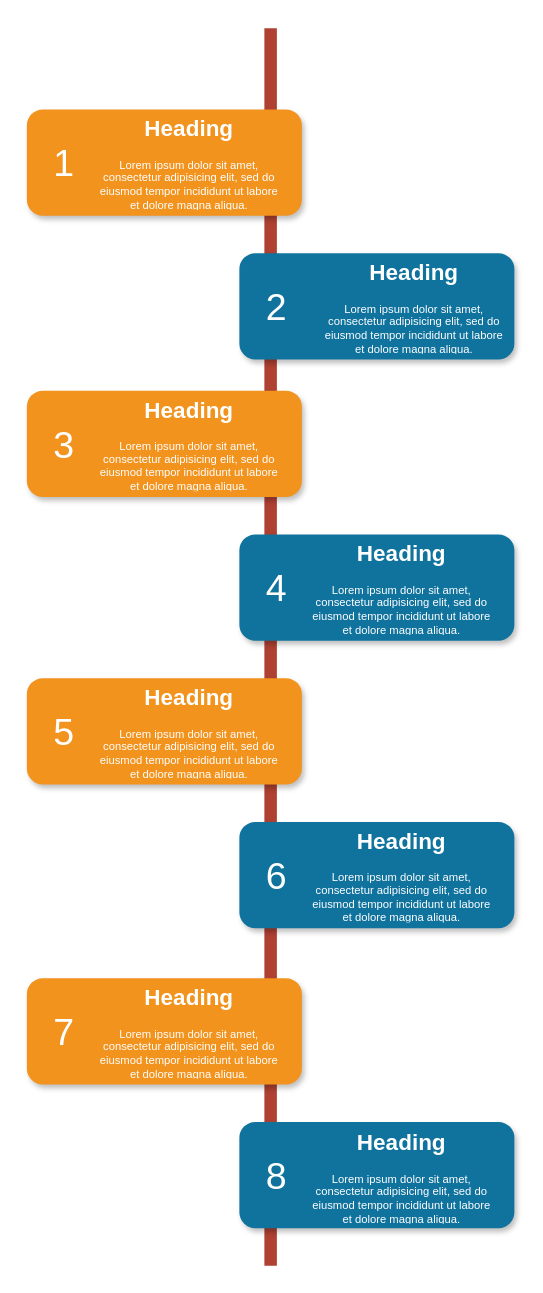
Earlier version of the draw.io diagram block1/Untitled Diagram.drawio (Amin-Debabeche/advanced_comput). Source tidied: cells renumbered, new cells numbered last; positions are measured from the earlier drawing's top-left corner, leaving out a move shared by most shapes. Both pictures are drawn from the tidied source at 125%, with x=0, y=0 at pixel (26, 28).
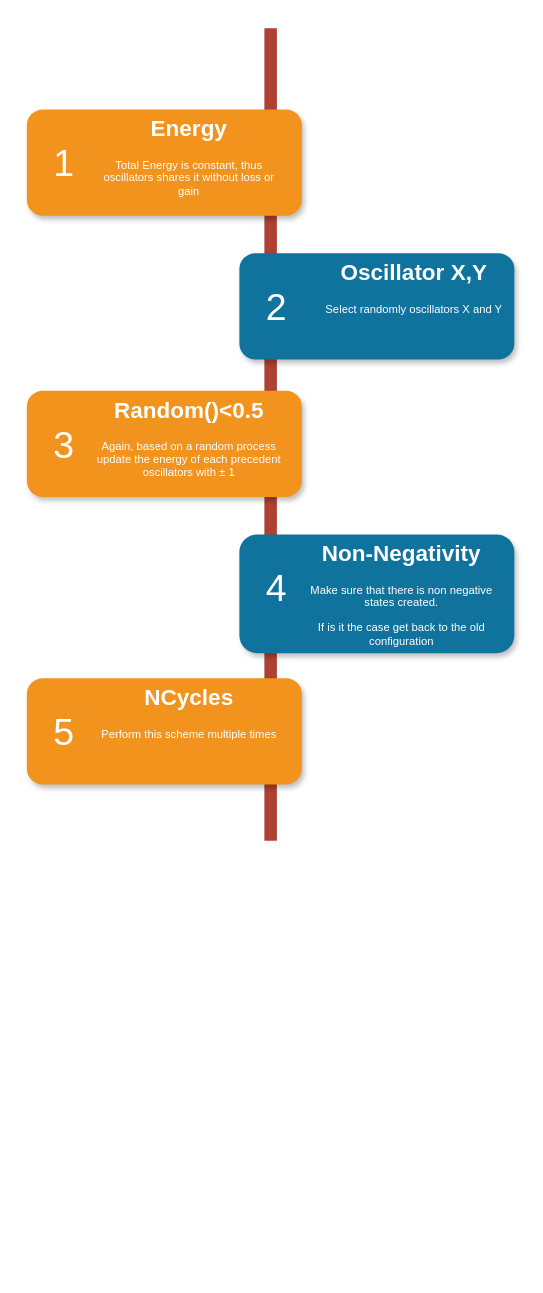
The same page after the edit.

Diff of the diagram source:
```diff
@@
     <mxCell id="2" style="line;strokeWidth=10;direction=south;html=1;fillColor=none;fontSize=13;fontColor=#000000;align=center;strokeColor=#AE4132;" parent="1" vertex="1">
-      <mxGeometry x="190" width="10" height="990" as="geometry" />
+      <mxGeometry x="190" width="10" height="650" as="geometry" />
     </mxCell>
@@
     <mxCell id="9" style="rounded=1;whiteSpace=wrap;html=1;strokeColor=none;strokeWidth=1;fillColor=#10739E;fontSize=13;fontColor=#FFFFFF;align=center;gradientColor=none;gradientDirection=east;verticalAlign=top;shadow=1;" parent="1" vertex="1">
-      <mxGeometry x="170" y="405" width="220" height="85" as="geometry" />
+      <mxGeometry x="170" y="405" width="220" height="95" as="geometry" />
     </mxCell>
@@
-    <mxCell id="13" style="rounded=1;whiteSpace=wrap;html=1;strokeColor=none;strokeWidth=1;fillColor=#10739E;fontSize=13;fontColor=#FFFFFF;align=center;gradientColor=none;gradientDirection=east;verticalAlign=top;shadow=1;" parent="1" vertex="1">
-      <mxGeometry x="170" y="635" width="220" height="85" as="geometry" />
-    </mxCell>
-    <mxCell id="14" value="6" style="text;html=1;strokeColor=none;fillColor=none;align=center;verticalAlign=middle;whiteSpace=wrap;fontSize=30;fontColor=#FFFFFF;" parent="1" vertex="1">
-      <mxGeometry x="180" y="668" width="40" height="20" as="geometry" />
-    </mxCell>
-    <mxCell id="15" style="rounded=1;whiteSpace=wrap;html=1;strokeColor=none;strokeWidth=1;fillColor=#F2931E;fontSize=13;fontColor=#FFFFFF;align=center;gradientColor=none;gradientDirection=east;verticalAlign=top;shadow=1;" parent="1" vertex="1">
-      <mxGeometry y="760" width="220" height="85" as="geometry" />
-    </mxCell>
-    <mxCell id="16" value="7" style="text;html=1;strokeColor=none;fillColor=none;align=center;verticalAlign=middle;whiteSpace=wrap;fontSize=30;fontColor=#FFFFFF;" parent="1" vertex="1">
-      <mxGeometry x="10" y="793" width="40" height="20" as="geometry" />
-    </mxCell>
-    <mxCell id="17" style="rounded=1;whiteSpace=wrap;html=1;strokeColor=none;strokeWidth=1;fillColor=#10739E;fontSize=13;fontColor=#FFFFFF;align=center;gradientColor=none;gradientDirection=east;verticalAlign=top;shadow=1;" parent="1" vertex="1">
-      <mxGeometry x="170" y="875" width="220" height="85" as="geometry" />
-    </mxCell>
-    <mxCell id="18" value="8" style="text;html=1;strokeColor=none;fillColor=none;align=center;verticalAlign=middle;whiteSpace=wrap;fontSize=30;fontColor=#FFFFFF;" parent="1" vertex="1">
-      <mxGeometry x="180" y="908" width="40" height="20" as="geometry" />
-    </mxCell>
-    <mxCell id="19" value="&lt;h1&gt;Heading&lt;/h1&gt;&lt;p&gt;Lorem ipsum dolor sit amet, consectetur adipisicing elit, sed do eiusmod tempor incididunt ut labore et dolore magna aliqua.&lt;/p&gt;" style="text;html=1;spacing=5;spacingTop=-20;whiteSpace=wrap;overflow=hidden;strokeColor=none;strokeWidth=4;fillColor=none;gradientColor=#007FFF;fontSize=9;fontColor=#FFFFFF;align=center;" parent="1" vertex="1">
+    <mxCell id="19" value="&lt;h1&gt;Energy&lt;br&gt;&lt;/h1&gt;&lt;p&gt;Total Energy is constant, thus oscillators shares it without loss or gain&lt;br&gt;&lt;/p&gt;" style="text;html=1;spacing=5;spacingTop=-20;whiteSpace=wrap;overflow=hidden;strokeColor=none;strokeWidth=4;fillColor=none;gradientColor=#007FFF;fontSize=9;fontColor=#FFFFFF;align=center;" parent="1" vertex="1">
       <mxGeometry x="50" y="69" width="160" height="77" as="geometry" />
     </mxCell>
-    <mxCell id="20" value="&lt;h1&gt;Heading&lt;/h1&gt;&lt;p&gt;Lorem ipsum dolor sit amet, consectetur adipisicing elit, sed do eiusmod tempor incididunt ut labore et dolore magna aliqua.&lt;/p&gt;" style="text;html=1;spacing=5;spacingTop=-20;whiteSpace=wrap;overflow=hidden;strokeColor=none;strokeWidth=4;fillColor=none;gradientColor=#007FFF;fontSize=9;fontColor=#FFFFFF;align=center;" parent="1" vertex="1">
+    <mxCell id="20" value="&lt;h1&gt;Oscillator X,Y&lt;br&gt;&lt;/h1&gt;&lt;p&gt;Select randomly oscillators X and Y &lt;br&gt;&lt;/p&gt;" style="text;html=1;spacing=5;spacingTop=-20;whiteSpace=wrap;overflow=hidden;strokeColor=none;strokeWidth=4;fillColor=none;gradientColor=#007FFF;fontSize=9;fontColor=#FFFFFF;align=center;" parent="1" vertex="1">
       <mxGeometry x="230" y="184" width="160" height="77" as="geometry" />
     </mxCell>
-    <mxCell id="21" value="&lt;h1&gt;Heading&lt;/h1&gt;&lt;p&gt;Lorem ipsum dolor sit amet, consectetur adipisicing elit, sed do eiusmod tempor incididunt ut labore et dolore magna aliqua.&lt;/p&gt;" style="text;html=1;spacing=5;spacingTop=-20;whiteSpace=wrap;overflow=hidden;strokeColor=none;strokeWidth=4;fillColor=none;gradientColor=#007FFF;fontSize=9;fontColor=#FFFFFF;align=center;" parent="1" vertex="1">
+    <mxCell id="21" value="&lt;h1&gt;Random()&amp;lt;0.5&lt;br&gt;&lt;/h1&gt;&lt;p&gt;Again, based on a random process update the energy of each precedent oscillators with &lt;span&gt;± 1&lt;br&gt;&lt;/span&gt;&lt;/p&gt;" style="text;html=1;spacing=5;spacingTop=-20;whiteSpace=wrap;overflow=hidden;strokeColor=none;strokeWidth=4;fillColor=none;gradientColor=#007FFF;fontSize=9;fontColor=#FFFFFF;align=center;" parent="1" vertex="1">
       <mxGeometry x="50" y="294" width="160" height="77" as="geometry" />
     </mxCell>
-    <mxCell id="22" value="&lt;h1&gt;Heading&lt;/h1&gt;&lt;p&gt;Lorem ipsum dolor sit amet, consectetur adipisicing elit, sed do eiusmod tempor incididunt ut labore et dolore magna aliqua.&lt;/p&gt;" style="text;html=1;spacing=5;spacingTop=-20;whiteSpace=wrap;overflow=hidden;strokeColor=none;strokeWidth=4;fillColor=none;gradientColor=#007FFF;fontSize=9;fontColor=#FFFFFF;align=center;" parent="1" vertex="1">
-      <mxGeometry x="220" y="409" width="160" height="77" as="geometry" />
+    <mxCell id="22" value="&lt;h1&gt;Non-Negativity&lt;/h1&gt;&lt;p&gt;Make sure that there is non negative states created.&lt;/p&gt;&lt;p&gt;If is it the case get back to the old configuration&lt;br&gt;&lt;/p&gt;" style="text;html=1;spacing=5;spacingTop=-20;whiteSpace=wrap;overflow=hidden;strokeColor=none;strokeWidth=4;fillColor=none;gradientColor=#007FFF;fontSize=9;fontColor=#FFFFFF;align=center;" parent="1" vertex="1">
+      <mxGeometry x="220" y="409" width="160" height="91" as="geometry" />
     </mxCell>
-    <mxCell id="23" value="&lt;h1&gt;Heading&lt;/h1&gt;&lt;p&gt;Lorem ipsum dolor sit amet, consectetur adipisicing elit, sed do eiusmod tempor incididunt ut labore et dolore magna aliqua.&lt;/p&gt;" style="text;html=1;spacing=5;spacingTop=-20;whiteSpace=wrap;overflow=hidden;strokeColor=none;strokeWidth=4;fillColor=none;gradientColor=#007FFF;fontSize=9;fontColor=#FFFFFF;align=center;" parent="1" vertex="1">
+    <mxCell id="23" value="&lt;h1&gt;NCycles&lt;/h1&gt;&lt;p&gt;Perform this scheme multiple times&lt;br&gt;&lt;/p&gt;" style="text;html=1;spacing=5;spacingTop=-20;whiteSpace=wrap;overflow=hidden;strokeColor=none;strokeWidth=4;fillColor=none;gradientColor=#007FFF;fontSize=9;fontColor=#FFFFFF;align=center;" parent="1" vertex="1">
       <mxGeometry x="50" y="524" width="160" height="77" as="geometry" />
     </mxCell>
-    <mxCell id="24" value="&lt;h1&gt;Heading&lt;/h1&gt;&lt;p&gt;Lorem ipsum dolor sit amet, consectetur adipisicing elit, sed do eiusmod tempor incididunt ut labore et dolore magna aliqua.&lt;/p&gt;" style="text;html=1;spacing=5;spacingTop=-20;whiteSpace=wrap;overflow=hidden;strokeColor=none;strokeWidth=4;fillColor=none;gradientColor=#007FFF;fontSize=9;fontColor=#FFFFFF;align=center;" parent="1" vertex="1">
-      <mxGeometry x="220" y="639" width="160" height="77" as="geometry" />
-    </mxCell>
-    <mxCell id="25" value="&lt;h1&gt;Heading&lt;/h1&gt;&lt;p&gt;Lorem ipsum dolor sit amet, consectetur adipisicing elit, sed do eiusmod tempor incididunt ut labore et dolore magna aliqua.&lt;/p&gt;" style="text;html=1;spacing=5;spacingTop=-20;whiteSpace=wrap;overflow=hidden;strokeColor=none;strokeWidth=4;fillColor=none;gradientColor=#007FFF;fontSize=9;fontColor=#FFFFFF;align=center;" parent="1" vertex="1">
-      <mxGeometry x="50" y="764" width="160" height="77" as="geometry" />
-    </mxCell>
-    <mxCell id="26" value="&lt;h1&gt;Heading&lt;/h1&gt;&lt;p&gt;Lorem ipsum dolor sit amet, consectetur adipisicing elit, sed do eiusmod tempor incididunt ut labore et dolore magna aliqua.&lt;/p&gt;" style="text;html=1;spacing=5;spacingTop=-20;whiteSpace=wrap;overflow=hidden;strokeColor=none;strokeWidth=4;fillColor=none;gradientColor=#007FFF;fontSize=9;fontColor=#FFFFFF;align=center;" parent="1" vertex="1">
-      <mxGeometry x="220" y="880" width="160" height="77" as="geometry" />
-    </mxCell>
```
